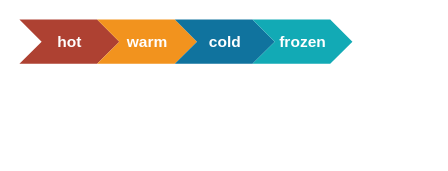
Before: page "tiering" (4 of 5) of assets/elasticsearch.drawio.xml in juwit/formation-elasticsearch-ops, a draw.io diagram. Source tidied: cells renumbered, new cells numbered last; positions are measured from the earlier drawing's top-left corner, leaving out a move shared by most shapes. Both pictures are drawn from the tidied source at 111%, with x=0, y=0 at pixel (19, 19).
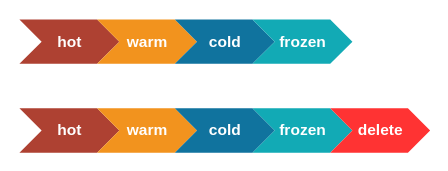
After the change.

Diff of the diagram source:
```diff
@@
 <mxGraphModel>
   <root>
     <mxCell id="0" />
     <mxCell id="1" parent="0" />
     <mxCell id="2" value="hot" style="html=1;shape=mxgraph.infographic.ribbonSimple;notch1=20;notch2=20;fillColor=#AE4132;strokeColor=none;align=center;verticalAlign=middle;fontColor=#ffffff;fontSize=14;fontStyle=1;" parent="1" vertex="1">
       <mxGeometry width="90" height="40" as="geometry" />
     </mxCell>
     <mxCell id="3" value="warm" style="html=1;shape=mxgraph.infographic.ribbonSimple;notch1=20;notch2=20;fillColor=#F2931E;strokeColor=none;align=center;verticalAlign=middle;fontColor=#ffffff;fontSize=14;fontStyle=1;" parent="1" vertex="1">
       <mxGeometry x="70" width="90" height="40" as="geometry" />
     </mxCell>
     <mxCell id="4" value="cold" style="html=1;shape=mxgraph.infographic.ribbonSimple;notch1=20;notch2=20;fillColor=#10739E;strokeColor=none;align=center;verticalAlign=middle;fontColor=#ffffff;fontSize=14;fontStyle=1;" parent="1" vertex="1">
       <mxGeometry x="140" width="90" height="40" as="geometry" />
     </mxCell>
     <mxCell id="5" value="frozen" style="html=1;shape=mxgraph.infographic.ribbonSimple;notch1=20;notch2=20;fillColor=#12AAB5;strokeColor=none;align=center;verticalAlign=middle;fontColor=#ffffff;fontSize=14;fontStyle=1;" parent="1" vertex="1">
       <mxGeometry x="210" width="90" height="40" as="geometry" />
     </mxCell>
+    <mxCell id="6" value="hot" style="html=1;shape=mxgraph.infographic.ribbonSimple;notch1=20;notch2=20;fillColor=#AE4132;strokeColor=none;align=center;verticalAlign=middle;fontColor=#ffffff;fontSize=14;fontStyle=1;" parent="1" vertex="1">
+      <mxGeometry y="80" width="90" height="40" as="geometry" />
+    </mxCell>
+    <mxCell id="7" value="warm" style="html=1;shape=mxgraph.infographic.ribbonSimple;notch1=20;notch2=20;fillColor=#F2931E;strokeColor=none;align=center;verticalAlign=middle;fontColor=#ffffff;fontSize=14;fontStyle=1;" parent="1" vertex="1">
+      <mxGeometry x="70" y="80" width="90" height="40" as="geometry" />
+    </mxCell>
+    <mxCell id="8" value="cold" style="html=1;shape=mxgraph.infographic.ribbonSimple;notch1=20;notch2=20;fillColor=#10739E;strokeColor=none;align=center;verticalAlign=middle;fontColor=#ffffff;fontSize=14;fontStyle=1;" parent="1" vertex="1">
+      <mxGeometry x="140" y="80" width="90" height="40" as="geometry" />
+    </mxCell>
+    <mxCell id="9" value="frozen" style="html=1;shape=mxgraph.infographic.ribbonSimple;notch1=20;notch2=20;fillColor=#12AAB5;strokeColor=none;align=center;verticalAlign=middle;fontColor=#ffffff;fontSize=14;fontStyle=1;" parent="1" vertex="1">
+      <mxGeometry x="210" y="80" width="90" height="40" as="geometry" />
+    </mxCell>
+    <mxCell id="10" value="delete" style="html=1;shape=mxgraph.infographic.ribbonSimple;notch1=20;notch2=20;fillColor=#FF3333;strokeColor=none;align=center;verticalAlign=middle;fontColor=#ffffff;fontSize=14;fontStyle=1;" parent="1" vertex="1">
+      <mxGeometry x="280" y="80" width="90" height="40" as="geometry" />
+    </mxCell>
   </root>
 </mxGraphModel>
```
